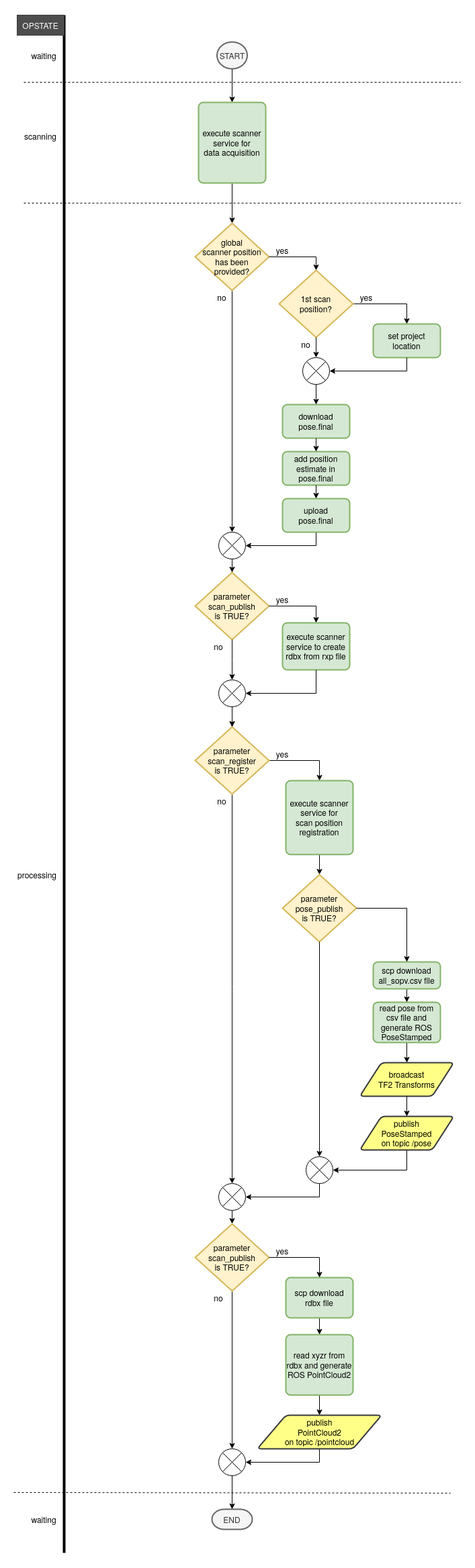
The draw.io diagram riegl_vz/img/scan.png in riegllms/ros-riegl-vz, before a commit. Source tidied: cells renumbered, new cells last; positions are measured from the earlier drawing's top-left corner, leaving out a move shared by most shapes.
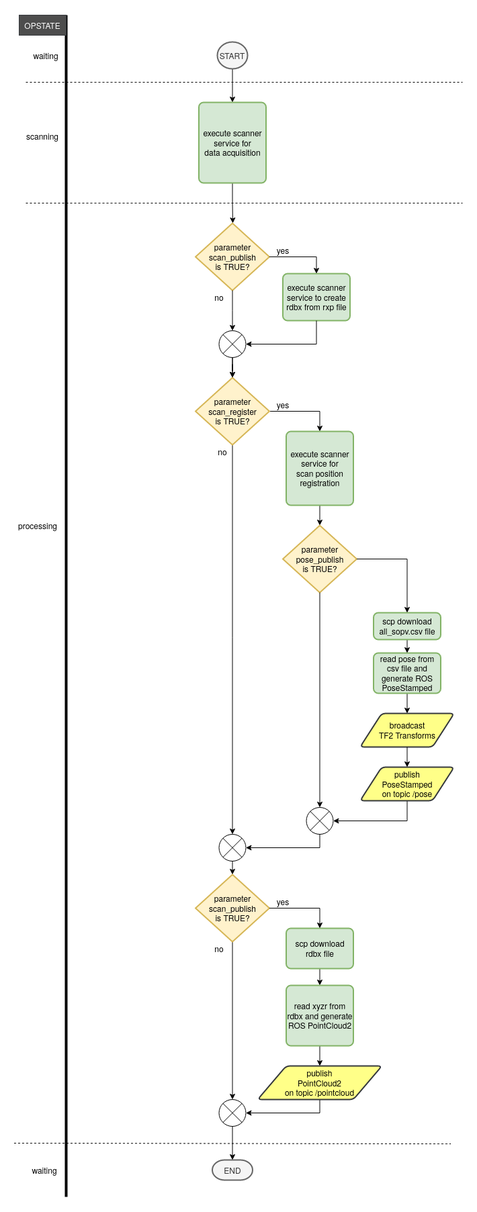
Above is the later version.

Commit message:
Add service to provide relative imu pose.

What changed in the source:
```diff
@@ -5,27 +5,29 @@
     <mxCell id="2" style="edgeStyle=orthogonalEdgeStyle;rounded=0;jettySize=auto;html=1;exitX=0.5;exitY=1;exitDx=0;exitDy=0;exitPerimeter=0;entryX=0.5;entryY=0;entryDx=0;entryDy=0;" parent="1" edge="1" source="25" target="4">
       <mxGeometry relative="1" as="geometry" />
     </mxCell>
-    <mxCell id="3" style="edgeStyle=orthogonalEdgeStyle;rounded=0;jettySize=auto;html=1;entryX=0.5;entryY=0;entryDx=0;entryDy=0;entryPerimeter=0;exitX=0.5;exitY=1;exitDx=0;exitDy=0;" parent="1" edge="1" source="4" target="32">
-      <mxGeometry relative="1" as="geometry" />
+    <mxCell id="3" style="edgeStyle=orthogonalEdgeStyle;rounded=0;jettySize=auto;html=1;exitX=0.5;exitY=1;exitDx=0;exitDy=0;" parent="1" edge="1" source="4">
+      <mxGeometry relative="1" as="geometry">
+        <mxPoint x="325.5" y="830" as="targetPoint" />
+      </mxGeometry>
     </mxCell>
     <mxCell id="4" value="&lt;div&gt;execute scanner service for &lt;br&gt;&lt;/div&gt;&lt;div&gt;data acquisition&lt;/div&gt;" style="rounded=1;whiteSpace=wrap;html=1;absoluteArcSize=1;arcSize=14;strokeWidth=2;fillColor=#d5e8d4;strokeColor=#82b366;" parent="1" vertex="1">
-      <mxGeometry x="275" y="130" width="100" height="120" as="geometry" />
+      <mxGeometry x="275" y="650" width="100" height="120" as="geometry" />
     </mxCell>
     <mxCell id="5" style="endArrow=none;html=1;strokeWidth=4;entryX=1;entryY=0;entryDx=0;entryDy=0;" parent="1" edge="1" target="28">
       <mxGeometry relative="1" as="geometry">
-        <mxPoint x="75" y="2290" as="sourcePoint" />
+        <mxPoint x="77.5" y="2280" as="sourcePoint" />
       </mxGeometry>
     </mxCell>
     <mxCell id="6" value="waiting" style="text;html=1;strokeColor=none;fillColor=none;align=center;verticalAlign=middle;whiteSpace=wrap;rounded=0;" parent="1" vertex="1">
-      <mxGeometry x="25" y="50" width="40" height="20" as="geometry" />
+      <mxGeometry x="27.5" y="570" width="40" height="20" as="geometry" />
     </mxCell>
     <mxCell id="7" value="scanning" style="text;html=1;strokeColor=none;fillColor=none;align=center;verticalAlign=middle;whiteSpace=wrap;rounded=0;" parent="1" vertex="1">
-      <mxGeometry x="15" y="170" width="50" height="20" as="geometry" />
+      <mxGeometry x="17.5" y="690" width="50" height="20" as="geometry" />
     </mxCell>
     <mxCell id="8" style="endArrow=none;dashed=1;html=1;" parent="1" edge="1">
       <mxGeometry relative="1" as="geometry">
-        <mxPoint x="15" y="280" as="sourcePoint" />
-        <mxPoint x="665" y="280" as="targetPoint" />
+        <mxPoint x="17.5" y="800" as="sourcePoint" />
+        <mxPoint x="667.5" y="800" as="targetPoint" />
       </mxGeometry>
     </mxCell>
     <mxCell id="9" value="processing" style="text;html=1;strokeColor=none;fillColor=none;align=center;verticalAlign=middle;whiteSpace=wrap;rounded=0;" parent="1" vertex="1">
@@ -80,101 +82,26 @@
       <mxGeometry x="295" y="2225" width="60" height="30" as="geometry" />
     </mxCell>
     <mxCell id="25" value="START" style="strokeWidth=2;html=1;shape=mxgraph.flowchart.start_2;whiteSpace=wrap;fillColor=#f5f5f5;strokeColor=#666666;fontColor=#333333;" parent="1" vertex="1">
-      <mxGeometry x="302.5" y="40" width="45" height="40" as="geometry" />
+      <mxGeometry x="302.5" y="560" width="45" height="40" as="geometry" />
     </mxCell>
     <mxCell id="26" style="endArrow=none;dashed=1;html=1;" parent="1" edge="1">
       <mxGeometry relative="1" as="geometry">
-        <mxPoint x="15" y="100" as="sourcePoint" />
-        <mxPoint x="665" y="100" as="targetPoint" />
+        <mxPoint x="17.5" y="620" as="sourcePoint" />
+        <mxPoint x="667.5" y="620" as="targetPoint" />
       </mxGeometry>
     </mxCell>
     <mxCell id="27" value="&lt;div&gt;broadcast&lt;/div&gt;&lt;div&gt;TF2 Transforms&lt;br&gt;&lt;/div&gt;" style="shape=parallelogram;html=1;strokeWidth=2;perimeter=parallelogramPerimeter;whiteSpace=wrap;rounded=1;arcSize=12;size=0.23;fillColor=#ffff88;strokeColor=#36393d;" parent="1" vertex="1">
       <mxGeometry x="515" y="1560" width="140" height="50" as="geometry" />
     </mxCell>
     <mxCell id="28" value="OPSTATE" style="rounded=0;whiteSpace=wrap;html=1;strokeColor=#36393d;fillColor=#4D4D4D;fontColor=#FFFFFF;" parent="1" vertex="1">
-      <mxGeometry x="5" width="70" height="30" as="geometry" />
+      <mxGeometry x="7.5" y="520" width="70" height="30" as="geometry" />
     </mxCell>
-    <mxCell id="29" value="add position estimate in pose.final" style="rounded=1;whiteSpace=wrap;html=1;absoluteArcSize=1;arcSize=14;strokeWidth=2;fillColor=#d5e8d4;strokeColor=#82b366;" parent="1" vertex="1">
-      <mxGeometry x="400" y="650" width="100" height="50" as="geometry" />
-    </mxCell>
-    <mxCell id="30" style="edgeStyle=orthogonalEdgeStyle;rounded=0;jettySize=auto;html=1;exitX=1;exitY=0.5;exitDx=0;exitDy=0;exitPerimeter=0;startArrow=none;entryX=0.5;entryY=0;entryDx=0;entryDy=0;" parent="1" edge="1" source="40" target="41">
-      <mxGeometry relative="1" as="geometry" />
-    </mxCell>
-    <mxCell id="31" style="edgeStyle=orthogonalEdgeStyle;rounded=0;jettySize=auto;html=1;exitX=0.5;exitY=1;exitDx=0;exitDy=0;exitPerimeter=0;" parent="1" edge="1" source="32" target="34">
-      <mxGeometry relative="1" as="geometry" />
-    </mxCell>
-    <mxCell id="32" value="&lt;div&gt;global &lt;br&gt;&lt;/div&gt;&lt;div&gt;scanner position has been&lt;/div&gt;&lt;div&gt;provided?&lt;/div&gt;" style="strokeWidth=2;html=1;shape=mxgraph.flowchart.decision;whiteSpace=wrap;fillColor=#fff2cc;strokeColor=#d6b656;" parent="1" vertex="1">
-      <mxGeometry x="270" y="310" width="110" height="100" as="geometry" />
-    </mxCell>
-    <mxCell id="33" style="edgeStyle=orthogonalEdgeStyle;rounded=0;jettySize=auto;html=1;exitX=0.5;exitY=1;exitDx=0;exitDy=0;entryX=1;entryY=0.5;entryDx=0;entryDy=0;entryPerimeter=0;" parent="1" edge="1" source="37" target="34">
-      <mxGeometry relative="1" as="geometry">
-        <Array as="points">
-          <mxPoint x="450" y="790" />
-        </Array>
-      </mxGeometry>
-    </mxCell>
-    <mxCell id="34" style="verticalLabelPosition=bottom;verticalAlign=top;html=1;shape=mxgraph.flowchart.or;" parent="1" vertex="1">
-      <mxGeometry x="305" y="770" width="40" height="40" as="geometry" />
-    </mxCell>
     <mxCell id="35" style="edgeStyle=orthogonalEdgeStyle;rounded=0;jettySize=auto;html=1;exitX=0.5;exitY=1;exitDx=0;exitDy=0;exitPerimeter=0;entryX=0.5;entryY=0;entryDx=0;entryDy=0;entryPerimeter=0;startArrow=none;" parent="1" edge="1" source="79" target="12">
       <mxGeometry relative="1" as="geometry" />
     </mxCell>
-    <mxCell id="36" value="&lt;div&gt;download&lt;/div&gt;&lt;div&gt;pose.final&lt;br&gt;&lt;/div&gt;" style="rounded=1;whiteSpace=wrap;html=1;absoluteArcSize=1;arcSize=14;strokeWidth=2;fillColor=#d5e8d4;strokeColor=#82b366;" parent="1" vertex="1">
-      <mxGeometry x="400" y="580" width="100" height="50" as="geometry" />
-    </mxCell>
-    <mxCell id="37" value="&lt;div&gt;upload&lt;/div&gt;&lt;div&gt;pose.final&lt;br&gt;&lt;/div&gt;" style="rounded=1;whiteSpace=wrap;html=1;absoluteArcSize=1;arcSize=14;strokeWidth=2;fillColor=#d5e8d4;strokeColor=#82b366;" parent="1" vertex="1">
-      <mxGeometry x="400" y="720" width="100" height="50" as="geometry" />
-    </mxCell>
-    <mxCell id="38" style="edgeStyle=orthogonalEdgeStyle;rounded=0;jettySize=auto;html=1;exitX=0.5;exitY=1;exitDx=0;exitDy=0;entryX=0.5;entryY=0;entryDx=0;entryDy=0;" parent="1" edge="1" source="36" target="29">
-      <mxGeometry relative="1" as="geometry" />
-    </mxCell>
-    <mxCell id="39" style="edgeStyle=orthogonalEdgeStyle;rounded=0;jettySize=auto;html=1;exitX=0.5;exitY=1;exitDx=0;exitDy=0;entryX=0.5;entryY=0;entryDx=0;entryDy=0;" parent="1" edge="1" source="29" target="37">
-      <mxGeometry relative="1" as="geometry" />
-    </mxCell>
-    <mxCell id="40" value="&lt;div&gt;1st scan &lt;br&gt;&lt;/div&gt;&lt;div&gt;position?&lt;/div&gt;" style="strokeWidth=2;html=1;shape=mxgraph.flowchart.decision;whiteSpace=wrap;fillColor=#fff2cc;strokeColor=#d6b656;" parent="1" vertex="1">
-      <mxGeometry x="395" y="380" width="110" height="100" as="geometry" />
-    </mxCell>
-    <mxCell id="41" value="set project location" style="rounded=1;whiteSpace=wrap;html=1;absoluteArcSize=1;arcSize=14;strokeWidth=2;fillColor=#d5e8d4;strokeColor=#82b366;" parent="1" vertex="1">
-      <mxGeometry x="535" y="460" width="100" height="50" as="geometry" />
-    </mxCell>
-    <mxCell id="42" style="verticalLabelPosition=bottom;verticalAlign=top;html=1;shape=mxgraph.flowchart.or;" parent="1" vertex="1">
-      <mxGeometry x="430" y="510" width="40" height="40" as="geometry" />
-    </mxCell>
-    <mxCell id="43" style="endArrow=classic;html=1;exitX=1;exitY=0.5;exitDx=0;exitDy=0;exitPerimeter=0;entryX=0.5;entryY=0;entryDx=0;entryDy=0;entryPerimeter=0;rounded=0;" parent="1" edge="1" source="32" target="40">
-      <mxGeometry relative="1" as="geometry">
-        <Array as="points">
-          <mxPoint x="450" y="360" />
-        </Array>
-      </mxGeometry>
-    </mxCell>
-    <mxCell id="44" style="endArrow=classic;html=1;rounded=0;entryX=1;entryY=0.5;entryDx=0;entryDy=0;entryPerimeter=0;exitX=0.5;exitY=1;exitDx=0;exitDy=0;" parent="1" edge="1" source="41" target="42">
-      <mxGeometry relative="1" as="geometry">
-        <Array as="points">
-          <mxPoint x="585" y="530" />
-        </Array>
-      </mxGeometry>
-    </mxCell>
-    <mxCell id="45" style="endArrow=classic;html=1;exitX=0.5;exitY=1;exitDx=0;exitDy=0;exitPerimeter=0;" parent="1" edge="1" source="40" target="42">
-      <mxGeometry relative="1" as="geometry" />
-    </mxCell>
-    <mxCell id="46" style="endArrow=classic;html=1;exitX=0.5;exitY=1;exitDx=0;exitDy=0;exitPerimeter=0;entryX=0.5;entryY=0;entryDx=0;entryDy=0;" parent="1" edge="1" source="42" target="36">
-      <mxGeometry relative="1" as="geometry" />
-    </mxCell>
     <mxCell id="47" value="yes" style="text;html=1;strokeColor=none;fillColor=none;align=center;verticalAlign=middle;whiteSpace=wrap;rounded=0;" parent="1" vertex="1">
       <mxGeometry x="380" y="1090" width="40" height="20" as="geometry" />
     </mxCell>
-    <mxCell id="48" value="yes" style="text;html=1;strokeColor=none;fillColor=none;align=center;verticalAlign=middle;whiteSpace=wrap;rounded=0;" parent="1" vertex="1">
-      <mxGeometry x="505" y="410" width="40" height="20" as="geometry" />
-    </mxCell>
-    <mxCell id="49" value="yes" style="text;html=1;strokeColor=none;fillColor=none;align=center;verticalAlign=middle;whiteSpace=wrap;rounded=0;" parent="1" vertex="1">
-      <mxGeometry x="380" y="340" width="40" height="20" as="geometry" />
-    </mxCell>
-    <mxCell id="50" value="no" style="text;html=1;strokeColor=none;fillColor=none;align=center;verticalAlign=middle;whiteSpace=wrap;rounded=0;" parent="1" vertex="1">
-      <mxGeometry x="290" y="410" width="40" height="20" as="geometry" />
-    </mxCell>
-    <mxCell id="51" value="no" style="text;html=1;strokeColor=none;fillColor=none;align=center;verticalAlign=middle;whiteSpace=wrap;rounded=0;" parent="1" vertex="1">
-      <mxGeometry x="415" y="480" width="40" height="20" as="geometry" />
-    </mxCell>
     <mxCell id="52" value="no" style="text;html=1;strokeColor=none;fillColor=none;align=center;verticalAlign=middle;whiteSpace=wrap;rounded=0;" parent="1" vertex="1">
       <mxGeometry x="290" y="1160" width="40" height="20" as="geometry" />
     </mxCell>
@@ -283,10 +210,5 @@
     <mxCell id="81" style="edgeStyle=orthogonalEdgeStyle;rounded=0;jettySize=auto;html=1;exitX=0.5;exitY=1;exitDx=0;exitDy=0;entryX=1;entryY=0.5;entryDx=0;entryDy=0;entryPerimeter=0;" parent="1" edge="1" source="73" target="79">
       <mxGeometry relative="1" as="geometry" />
     </mxCell>
-    <mxCell id="82" style="edgeStyle=orthogonalEdgeStyle;rounded=0;jettySize=auto;html=1;exitX=0.5;exitY=1;exitDx=0;exitDy=0;exitPerimeter=0;" parent="1" edge="1" source="34">
-      <mxGeometry relative="1" as="geometry">
-        <mxPoint x="325" y="830" as="targetPoint" />
-      </mxGeometry>
-    </mxCell>
   </root>
 </mxGraphModel>
```
